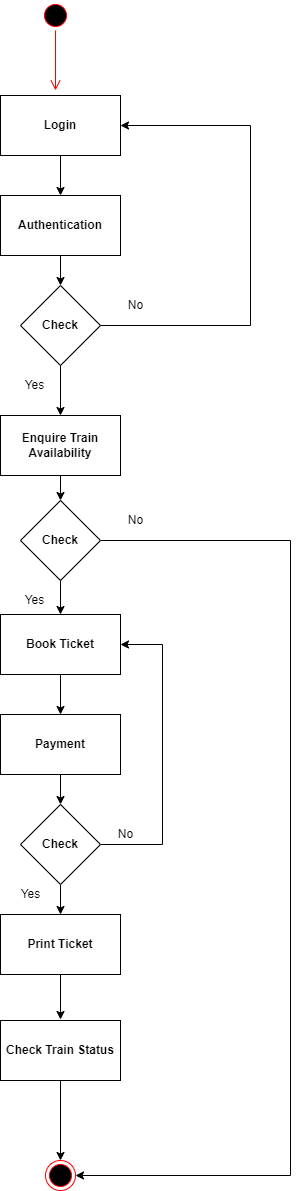
Before: java-basics/03-12-2021/Railway Reservation System/Activity Diagram.drawio.png, a diagram exported from draw.io (MuniswamiKokila/UST-prograd-training). Source tidied: cells renumbered, new cells last; positions are measured from the earlier drawing's top-left corner, leaving out a move shared by most shapes.
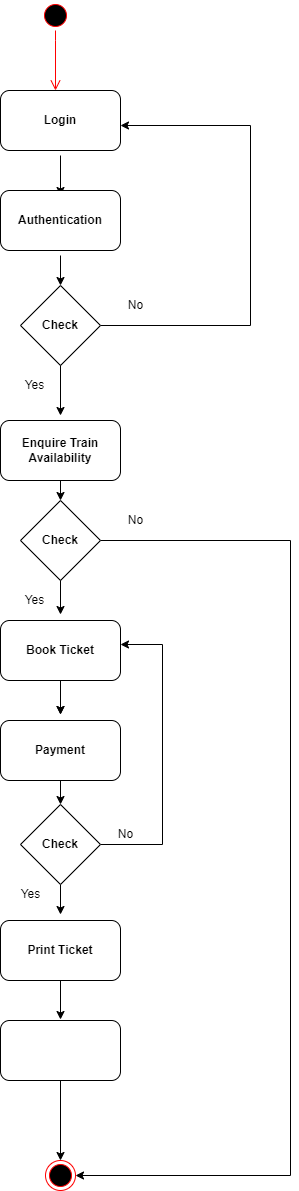
After the commit.

Diff of the diagram source:
```diff
@@ -2,12 +2,6 @@
   <root>
     <mxCell id="0" />
     <mxCell id="1" parent="0" />
-    <mxCell id="2" value="&lt;b&gt;Login&lt;/b&gt;" style="rounded=0;whiteSpace=wrap;html=1;" parent="1" vertex="1">
-      <mxGeometry y="95" width="120" height="60" as="geometry" />
-    </mxCell>
-    <mxCell id="3" value="&lt;b&gt;Authentication&lt;/b&gt;" style="rounded=0;whiteSpace=wrap;html=1;" parent="1" vertex="1">
-      <mxGeometry y="195" width="120" height="60" as="geometry" />
-    </mxCell>
     <mxCell id="4" style="edgeStyle=orthogonalEdgeStyle;rounded=0;jettySize=auto;html=1;" parent="1" edge="1" source="5">
       <mxGeometry relative="1" as="geometry">
         <mxPoint x="120" y="125" as="targetPoint" />
@@ -21,25 +15,16 @@
     <mxCell id="5" value="&lt;b&gt;Check&lt;/b&gt;" style="rhombus;whiteSpace=wrap;html=1;" parent="1" vertex="1">
       <mxGeometry x="20" y="285" width="80" height="80" as="geometry" />
     </mxCell>
-    <mxCell id="6" value="&lt;b&gt;Enquire Train Availability&lt;/b&gt;" style="rounded=0;whiteSpace=wrap;html=1;" parent="1" vertex="1">
-      <mxGeometry y="415" width="120" height="60" as="geometry" />
-    </mxCell>
-    <mxCell id="7" value="&lt;b&gt;Book Ticket&lt;/b&gt;" style="rounded=0;whiteSpace=wrap;html=1;" parent="1" vertex="1">
-      <mxGeometry y="614" width="120" height="60" as="geometry" />
-    </mxCell>
-    <mxCell id="8" style="edgeStyle=orthogonalEdgeStyle;rounded=0;jettySize=auto;html=1;" parent="1" edge="1" source="9">
+    <mxCell id="8" style="edgeStyle=orthogonalEdgeStyle;rounded=0;orthogonalLoop=1;jettySize=auto;html=1;" parent="1" edge="1">
       <mxGeometry relative="1" as="geometry">
+        <mxPoint x="60" y="974" as="sourcePoint" />
         <mxPoint x="60" y="1019" as="targetPoint" />
       </mxGeometry>
     </mxCell>
-    <mxCell id="9" value="&lt;b&gt;Print Ticket&lt;/b&gt;" style="rounded=0;whiteSpace=wrap;html=1;" parent="1" vertex="1">
-      <mxGeometry y="914" width="120" height="60" as="geometry" />
-    </mxCell>
-    <mxCell id="10" value="&lt;b&gt;Payment&lt;/b&gt;" style="rounded=0;whiteSpace=wrap;html=1;" parent="1" vertex="1">
-      <mxGeometry y="714" width="120" height="60" as="geometry" />
-    </mxCell>
-    <mxCell id="11" style="edgeStyle=orthogonalEdgeStyle;rounded=0;jettySize=auto;html=1;" parent="1" edge="1" source="13" target="9">
-      <mxGeometry relative="1" as="geometry" />
+    <mxCell id="11" style="edgeStyle=orthogonalEdgeStyle;rounded=0;jettySize=auto;html=1;" parent="1" edge="1" source="13">
+      <mxGeometry relative="1" as="geometry">
+        <mxPoint x="60" y="914" as="targetPoint" />
+      </mxGeometry>
     </mxCell>
     <mxCell id="12" style="edgeStyle=orthogonalEdgeStyle;rounded=0;jettySize=auto;html=1;exitX=1;exitY=0.5;exitDx=0;exitDy=0;" parent="1" edge="1" source="13">
       <mxGeometry relative="1" as="geometry">
@@ -53,22 +38,33 @@
     <mxCell id="13" value="&lt;b&gt;Check&lt;/b&gt;" style="rhombus;whiteSpace=wrap;html=1;" parent="1" vertex="1">
       <mxGeometry x="20" y="804" width="80" height="80" as="geometry" />
     </mxCell>
-    <mxCell id="14" style="endArrow=classic;html=1;rounded=0;exitX=0.5;exitY=1;exitDx=0;exitDy=0;entryX=0.5;entryY=0;entryDx=0;entryDy=0;" parent="1" edge="1" source="2" target="3">
-      <mxGeometry relative="1" as="geometry" />
+    <mxCell id="14" style="endArrow=classic;html=1;rounded=0;exitX=0.5;exitY=1;exitDx=0;exitDy=0;entryX=0.5;entryY=0;entryDx=0;entryDy=0;" parent="1" edge="1">
+      <mxGeometry relative="1" as="geometry">
+        <mxPoint x="60" y="155" as="sourcePoint" />
+        <mxPoint x="60" y="195" as="targetPoint" />
+      </mxGeometry>
     </mxCell>
-    <mxCell id="15" style="endArrow=classic;html=1;rounded=0;exitX=0.5;exitY=1;exitDx=0;exitDy=0;" parent="1" edge="1" source="3">
+    <mxCell id="15" style="endArrow=classic;html=1;rounded=0;exitX=0.5;exitY=1;exitDx=0;exitDy=0;" parent="1" edge="1">
       <mxGeometry relative="1" as="geometry">
+        <mxPoint x="60" y="255" as="sourcePoint" />
         <mxPoint x="60" y="285" as="targetPoint" />
       </mxGeometry>
     </mxCell>
-    <mxCell id="16" style="endArrow=classic;html=1;rounded=0;exitX=0.5;exitY=1;exitDx=0;exitDy=0;entryX=0.5;entryY=0;entryDx=0;entryDy=0;" parent="1" edge="1" source="5" target="6">
-      <mxGeometry relative="1" as="geometry" />
+    <mxCell id="16" style="endArrow=classic;html=1;rounded=0;exitX=0.5;exitY=1;exitDx=0;exitDy=0;entryX=0.5;entryY=0;entryDx=0;entryDy=0;" parent="1" edge="1" source="5">
+      <mxGeometry relative="1" as="geometry">
+        <mxPoint x="60" y="415" as="targetPoint" />
+      </mxGeometry>
     </mxCell>
-    <mxCell id="17" style="endArrow=classic;html=1;rounded=0;exitX=0.5;exitY=1;exitDx=0;exitDy=0;" parent="1" edge="1" source="7" target="10">
-      <mxGeometry relative="1" as="geometry" />
+    <mxCell id="17" style="endArrow=classic;html=1;rounded=0;exitX=0.5;exitY=1;exitDx=0;exitDy=0;" parent="1" edge="1">
+      <mxGeometry relative="1" as="geometry">
+        <mxPoint x="60" y="674" as="sourcePoint" />
+        <mxPoint x="60" y="714" as="targetPoint" />
+      </mxGeometry>
     </mxCell>
-    <mxCell id="18" style="endArrow=classic;html=1;rounded=0;exitX=0.5;exitY=1;exitDx=0;exitDy=0;entryX=0.5;entryY=0;entryDx=0;entryDy=0;" parent="1" edge="1" source="10" target="13">
-      <mxGeometry relative="1" as="geometry" />
+    <mxCell id="18" style="endArrow=classic;html=1;rounded=0;exitX=0.5;exitY=1;exitDx=0;exitDy=0;entryX=0.5;entryY=0;entryDx=0;entryDy=0;" parent="1" edge="1" target="13">
+      <mxGeometry relative="1" as="geometry">
+        <mxPoint x="60" y="774" as="sourcePoint" />
+      </mxGeometry>
     </mxCell>
     <mxCell id="19" value="No" style="text;html=1;align=center;verticalAlign=middle;fillColor=none;strokeColor=none;rounded=0;" parent="1" vertex="1">
       <mxGeometry x="120" y="295" width="30" height="20" as="geometry" />
@@ -88,6 +84,10 @@
     <mxCell id="24" style="edgeStyle=orthogonalEdgeStyle;html=1;verticalAlign=bottom;endArrow=open;endSize=8;strokeColor=#ff0000;rounded=0;" parent="1" edge="1" source="23">
       <mxGeometry relative="1" as="geometry">
         <mxPoint x="55" y="90" as="targetPoint" />
+        <Array as="points">
+          <mxPoint x="55" y="40" />
+          <mxPoint x="55" y="40" />
+        </Array>
       </mxGeometry>
     </mxCell>
     <mxCell id="25" style="ellipse;html=1;shape=endState;fillColor=#000000;strokeColor=#ff0000;" parent="1" vertex="1">
@@ -104,11 +104,15 @@
     <mxCell id="27" value="&lt;b&gt;Check&lt;/b&gt;" style="rhombus;whiteSpace=wrap;html=1;" parent="1" vertex="1">
       <mxGeometry x="20" y="500" width="80" height="80" as="geometry" />
     </mxCell>
-    <mxCell id="28" style="endArrow=classic;html=1;rounded=0;exitX=0.5;exitY=1;exitDx=0;exitDy=0;entryX=0.5;entryY=0;entryDx=0;entryDy=0;" parent="1" edge="1" source="6" target="27">
-      <mxGeometry relative="1" as="geometry" />
+    <mxCell id="28" style="endArrow=classic;html=1;rounded=0;exitX=0.5;exitY=1;exitDx=0;exitDy=0;entryX=0.5;entryY=0;entryDx=0;entryDy=0;" parent="1" edge="1" target="27">
+      <mxGeometry relative="1" as="geometry">
+        <mxPoint x="60" y="475" as="sourcePoint" />
+      </mxGeometry>
     </mxCell>
-    <mxCell id="29" style="endArrow=classic;html=1;rounded=0;exitX=0.5;exitY=1;exitDx=0;exitDy=0;entryX=0.5;entryY=0;entryDx=0;entryDy=0;" parent="1" edge="1" source="27" target="7">
-      <mxGeometry relative="1" as="geometry" />
+    <mxCell id="29" style="endArrow=classic;html=1;rounded=0;exitX=0.5;exitY=1;exitDx=0;exitDy=0;entryX=0.5;entryY=0;entryDx=0;entryDy=0;" parent="1" edge="1" source="27">
+      <mxGeometry relative="1" as="geometry">
+        <mxPoint x="60" y="614" as="targetPoint" />
+      </mxGeometry>
     </mxCell>
     <mxCell id="30" value="No" style="text;html=1;align=center;verticalAlign=middle;fillColor=none;strokeColor=none;rounded=0;" parent="1" vertex="1">
       <mxGeometry x="120" y="510" width="30" height="20" as="geometry" />
@@ -116,11 +120,36 @@
     <mxCell id="31" value="Yes" style="text;html=1;align=center;verticalAlign=middle;fillColor=none;strokeColor=none;rounded=0;" parent="1" vertex="1">
       <mxGeometry x="14" y="590" width="40" height="20" as="geometry" />
     </mxCell>
-    <mxCell id="32" style="edgeStyle=orthogonalEdgeStyle;rounded=0;jettySize=auto;html=1;" parent="1" edge="1" source="33" target="25">
-      <mxGeometry relative="1" as="geometry" />
+    <mxCell id="32" style="edgeStyle=orthogonalEdgeStyle;rounded=0;jettySize=auto;html=1;" parent="1" edge="1" target="25">
+      <mxGeometry relative="1" as="geometry">
+        <mxPoint x="60" y="1080" as="sourcePoint" />
+      </mxGeometry>
     </mxCell>
-    <mxCell id="33" value="&lt;b&gt;Check Train Status&lt;/b&gt;" style="rounded=0;whiteSpace=wrap;html=1;" parent="1" vertex="1">
-      <mxGeometry y="1020" width="120" height="60" as="geometry" />
-    </mxCell>
+    <mxCell id="2" value="&lt;b&gt;Login&lt;/b&gt;" style="rounded=1;whiteSpace=wrap;html=1;" parent="1" vertex="1">
+      <mxGeometry y="90" width="120" height="60" as="geometry" />
+    </mxCell>
+    <mxCell id="3" value="&lt;b&gt;Authentication&lt;/b&gt;" style="rounded=1;whiteSpace=wrap;html=1;" parent="1" vertex="1">
+      <mxGeometry y="190" width="120" height="60" as="geometry" />
+    </mxCell>
+    <mxCell id="6" value="&lt;b&gt;Enquire Train Availability&lt;/b&gt;" style="rounded=1;whiteSpace=wrap;html=1;" parent="1" vertex="1">
+      <mxGeometry y="420" width="120" height="60" as="geometry" />
+    </mxCell>
+    <mxCell id="34" style="edgeStyle=orthogonalEdgeStyle;rounded=0;jettySize=auto;html=1;" parent="1" edge="1" source="7">
+      <mxGeometry relative="1" as="geometry">
+        <mxPoint x="60" y="714" as="targetPoint" />
+      </mxGeometry>
+    </mxCell>
+    <mxCell id="7" value="&lt;b&gt;Book Ticket&lt;/b&gt;" style="rounded=1;whiteSpace=wrap;html=1;" parent="1" vertex="1">
+      <mxGeometry y="620" width="120" height="60" as="geometry" />
+    </mxCell>
+    <mxCell id="10" value="&lt;b&gt;Payment&lt;/b&gt;" style="rounded=1;whiteSpace=wrap;html=1;" parent="1" vertex="1">
+      <mxGeometry y="720" width="120" height="60" as="geometry" />
+    </mxCell>
+    <mxCell id="9" value="&lt;b&gt;Print Ticket&lt;/b&gt;" style="rounded=1;whiteSpace=wrap;html=1;" parent="1" vertex="1">
+      <mxGeometry y="920" width="120" height="60" as="geometry" />
+    </mxCell>
+    <mxCell id="35" style="rounded=1;whiteSpace=wrap;html=1;" parent="1" vertex="1">
+      <mxGeometry y="1020" width="120" height="60" as="geometry" />
+    </mxCell>
   </root>
 </mxGraphModel>
```
